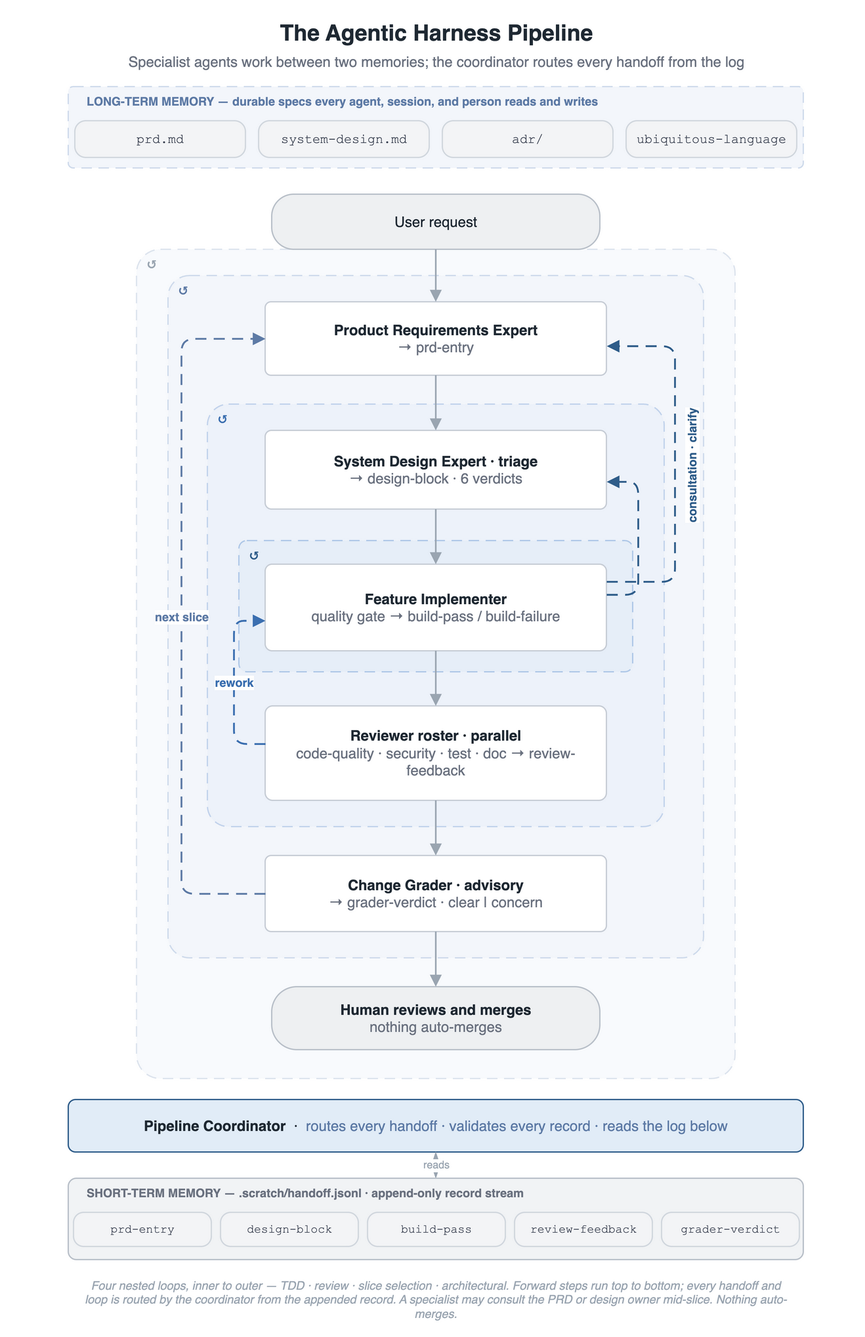
The draw.io diagram docs/images/pipeline-flow.drawio.png in woditschka/agentic-coding-reference, before a commit. Source tidied: cells renumbered, new cells last; positions are measured from the earlier drawing's top-left corner, leaving out a move shared by most shapes.
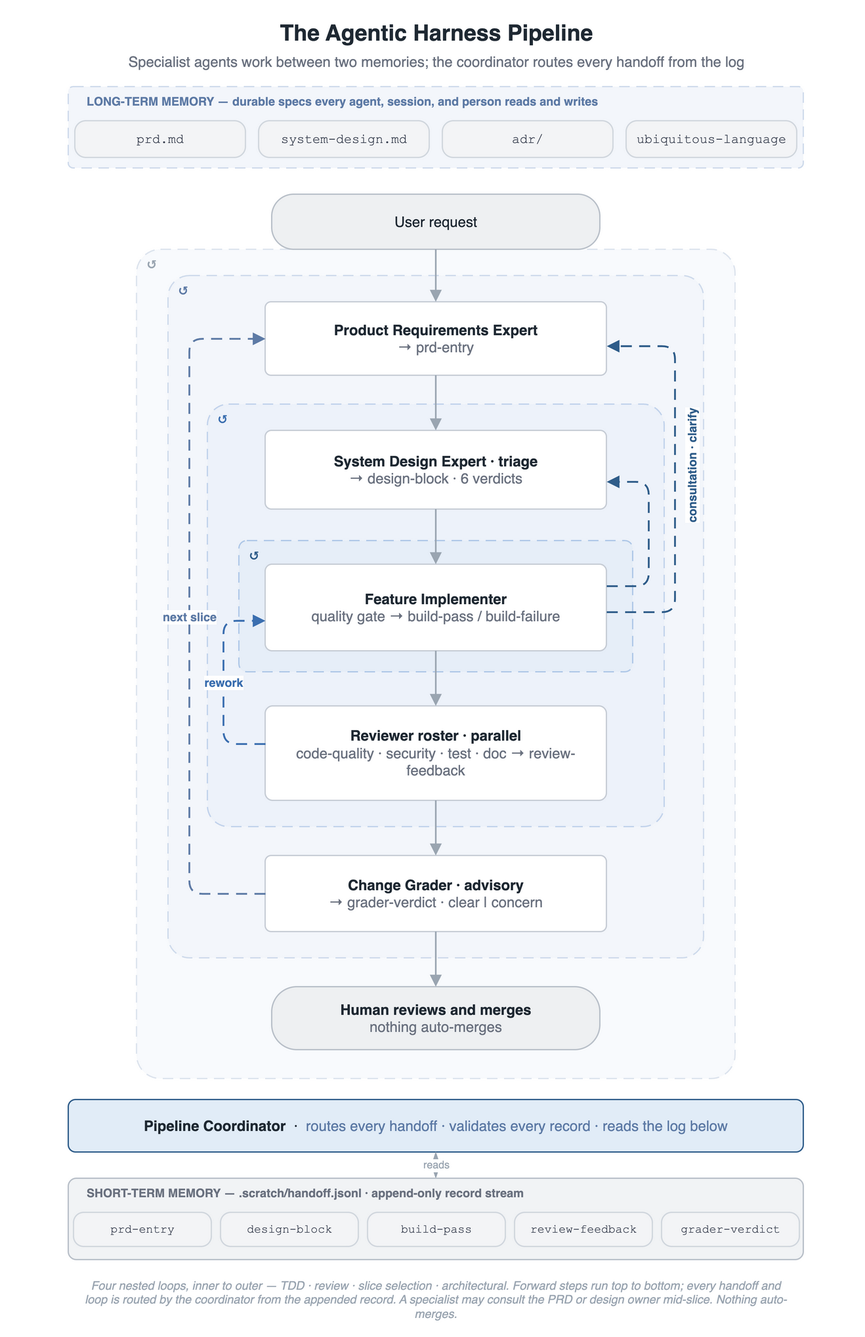
Above is the later version.

Commit message:
docs(diagrams): stop the consultation arrows crossing

The two consultation arrows left Feature Implementer with the longer
one (to PRD) above the shorter one (to System Design), so it cut
across to reach the outer lane. Reorder the exits so the outer arrow
leaves below and wraps around the inner one, and center the accent
return lanes in their gaps so they no longer hug the loop-band
borders. Codify the rule in the diagram-update house style: route to
avoid crossings; an unavoidable crossing into a nested band is single
and perpendicular.

Change to the diagram source:
```diff
@@ -89,31 +89,31 @@
     <mxCell id="30" value="next slice" style="edgeStyle=orthogonalEdgeStyle;rounded=1;html=1;endArrow=block;endSize=6;strokeColor=#5E7BA6;strokeWidth=1.4;dashed=1;dashPattern=6 4;exitX=0;exitY=0.5;entryX=0;entryY=0.5;fontSize=9;fontStyle=1;fontColor=#5E7BA6;labelBackgroundColor=#FFFFFF;" parent="1" edge="1" source="22" target="18">
       <mxGeometry relative="1" as="geometry">
         <Array as="points">
-          <mxPoint x="126" y="669" />
-          <mxPoint x="126" y="246" />
+          <mxPoint x="132" y="669" />
+          <mxPoint x="132" y="246" />
         </Array>
       </mxGeometry>
     </mxCell>
     <mxCell id="31" value="rework" style="edgeStyle=orthogonalEdgeStyle;rounded=1;html=1;endArrow=block;endSize=6;strokeColor=#3B6FB0;strokeWidth=1.4;dashed=1;dashPattern=6 4;exitX=0;exitY=0.4;entryX=0;entryY=0.65;fontSize=9;fontStyle=1;fontColor=#3B6FB0;labelBackgroundColor=#FFFFFF;" parent="1" edge="1" source="21" target="20">
       <mxGeometry relative="1" as="geometry">
         <Array as="points">
-          <mxPoint x="166" y="555" />
-          <mxPoint x="166" y="461" />
+          <mxPoint x="158" y="555" />
+          <mxPoint x="158" y="461" />
         </Array>
       </mxGeometry>
     </mxCell>
-    <mxCell id="32" style="edgeStyle=orthogonalEdgeStyle;rounded=1;html=1;endArrow=block;endSize=6;strokeColor=#2F5D8A;strokeWidth=1.4;dashed=1;dashPattern=6 4;exitX=1;exitY=0.35;entryX=1;entryY=0.65;" parent="1" edge="1" source="20" target="19">
+    <mxCell id="32" style="edgeStyle=orthogonalEdgeStyle;rounded=1;html=1;endArrow=block;endSize=6;strokeColor=#2F5D8A;strokeWidth=1.4;dashed=1;dashPattern=6 4;exitX=1;exitY=0.25;entryX=1;entryY=0.65;" parent="1" edge="1" source="20" target="19">
       <mxGeometry relative="1" as="geometry">
         <Array as="points">
-          <mxPoint x="474" y="441" />
-          <mxPoint x="474" y="355" />
+          <mxPoint x="482" y="434" />
+          <mxPoint x="482" y="355" />
         </Array>
       </mxGeometry>
     </mxCell>
-    <mxCell id="33" style="edgeStyle=orthogonalEdgeStyle;rounded=1;html=1;endArrow=block;endSize=6;strokeColor=#2F5D8A;strokeWidth=1.4;dashed=1;dashPattern=6 4;exitX=1;exitY=0.2;entryX=1;entryY=0.6;" parent="1" edge="1" source="20" target="18">
+    <mxCell id="33" style="edgeStyle=orthogonalEdgeStyle;rounded=1;html=1;endArrow=block;endSize=6;strokeColor=#2F5D8A;strokeWidth=1.4;dashed=1;dashPattern=6 4;exitX=1;exitY=0.55;entryX=1;entryY=0.6;" parent="1" edge="1" source="20" target="18">
       <mxGeometry relative="1" as="geometry">
         <Array as="points">
-          <mxPoint x="502" y="431" />
+          <mxPoint x="502" y="454" />
           <mxPoint x="502" y="252" />
         </Array>
       </mxGeometry>
```
